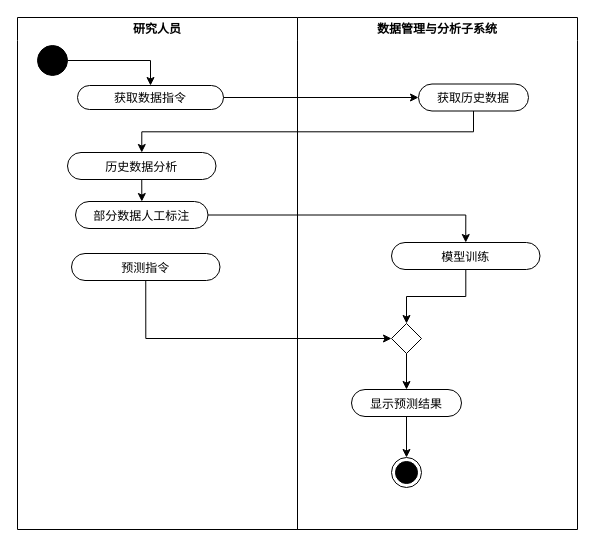
Above: 数据管理与分析子模块活动图.drawio in Lxlorange/drawio (draw.io), before the change. Source tidied: cells renumbered, new cells numbered last; positions are measured from the earlier drawing's top-left corner, leaving out a move shared by most shapes. Both pictures are drawn from the tidied source at 100%, with x=0, y=0 at pixel (17, 17).
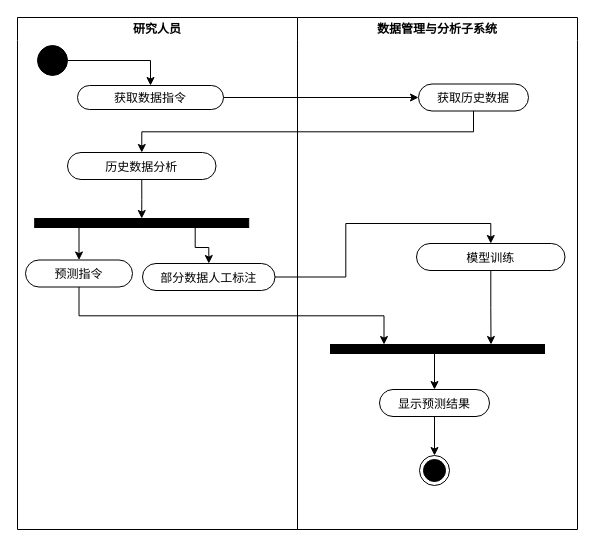
The same diagram, later.

Commit message:
Update 数据管理与分析子模块活动图.drawio

The change refers to these unchanged cells:
```xml
<mxCell id="2" value="研究人员" style="swimlane;whiteSpace=wrap;startSize=23;strokeColor=default;swimlaneLine=0;" parent="1" vertex="1">
  <mxGeometry width="280" height="512" as="geometry" />
</mxCell>
<mxCell id="7" value="历史数据分析" style="rounded=1;arcSize=50;" parent="2" vertex="1">
  <mxGeometry x="50" y="135" width="148.5" height="27" as="geometry" />
</mxCell>
<mxCell id="10" value="数据管理与分析子系统" style="swimlane;whiteSpace=wrap;swimlaneLine=0;startSize=23;" parent="1" vertex="1">
  <mxGeometry x="280" width="280" height="512" as="geometry" />
</mxCell>
```

Change to the diagram source:
```diff
@@
-    <mxCell id="6" style="edgeStyle=orthogonalEdgeStyle;rounded=0;jettySize=auto;html=1;exitX=0.5;exitY=1;exitDx=0;exitDy=0;" parent="2" edge="1" source="7" target="8">
+    <mxCell id="6" style="edgeStyle=orthogonalEdgeStyle;rounded=0;jettySize=auto;html=1;exitX=0.5;exitY=1;exitDx=0;exitDy=0;" parent="2" edge="1" source="7" target="25">
       <mxGeometry relative="1" as="geometry" />
     </mxCell>
@@
     <mxCell id="8" value="部分数据人工标注" style="rounded=1;arcSize=50;" parent="2" vertex="1">
-      <mxGeometry x="58" y="184" width="132.5" height="27" as="geometry" />
+      <mxGeometry x="125" y="246" width="132.5" height="27" as="geometry" />
     </mxCell>
     <mxCell id="9" value="预测指令" style="rounded=1;arcSize=50;" parent="2" vertex="1">
-      <mxGeometry x="54" y="236" width="148.5" height="27" as="geometry" />
+      <mxGeometry x="8" y="242.5" width="107" height="27" as="geometry" />
     </mxCell>
+    <mxCell id="23" style="edgeStyle=orthogonalEdgeStyle;rounded=0;jettySize=auto;html=1;exitX=0.75;exitY=1;exitDx=0;exitDy=0;" parent="2" edge="1" source="25" target="8">
+      <mxGeometry relative="1" as="geometry" />
+    </mxCell>
+    <mxCell id="24" style="edgeStyle=orthogonalEdgeStyle;rounded=0;jettySize=auto;html=1;exitX=0.25;exitY=1;exitDx=0;exitDy=0;entryX=0.5;entryY=0;entryDx=0;entryDy=0;" parent="2" edge="1" source="25" target="9">
+      <mxGeometry relative="1" as="geometry" />
+    </mxCell>
+    <mxCell id="25" style="rounded=0;whiteSpace=wrap;html=1;fillColor=#000000;" parent="2" vertex="1">
+      <mxGeometry x="17.2" y="201" width="214" height="9" as="geometry" />
+    </mxCell>
@@
-    <mxCell id="12" style="rhombus;whiteSpace=wrap;html=1;" parent="10" vertex="1">
-      <mxGeometry x="94" y="306" width="30" height="30" as="geometry" />
-    </mxCell>
     <mxCell id="13" value="显示预测结果" style="rounded=1;arcSize=50;" parent="10" vertex="1">
-      <mxGeometry x="54" y="372" width="110" height="27" as="geometry" />
+      <mxGeometry x="82" y="372" width="110" height="27" as="geometry" />
     </mxCell>
-    <mxCell id="14" style="edgeStyle=orthogonalEdgeStyle;rounded=0;jettySize=auto;html=1;exitX=0.5;exitY=1;exitDx=0;exitDy=0;entryX=0.5;entryY=0;entryDx=0;entryDy=0;" parent="10" edge="1" source="12" target="13">
+    <mxCell id="14" style="edgeStyle=orthogonalEdgeStyle;rounded=0;jettySize=auto;html=1;exitX=0.5;exitY=1;exitDx=0;exitDy=0;entryX=0.5;entryY=0;entryDx=0;entryDy=0;" parent="10" edge="1" source="26" target="13">
       <mxGeometry relative="1" as="geometry" />
     </mxCell>
-    <mxCell id="15" style="edgeStyle=orthogonalEdgeStyle;rounded=0;jettySize=auto;html=1;entryX=0.5;entryY=0;entryDx=0;entryDy=0;" parent="10" edge="1" source="16" target="12">
+    <mxCell id="15" style="edgeStyle=orthogonalEdgeStyle;rounded=0;jettySize=auto;html=1;entryX=0.75;entryY=0;entryDx=0;entryDy=0;" parent="10" edge="1" source="16" target="26">
       <mxGeometry relative="1" as="geometry" />
     </mxCell>
     <mxCell id="16" value="模型训练" style="rounded=1;arcSize=50;" parent="10" vertex="1">
-      <mxGeometry x="94" y="225" width="148.5" height="27" as="geometry" />
+      <mxGeometry x="119" y="226" width="148.5" height="27" as="geometry" />
     </mxCell>
     <mxCell id="17" style="ellipse;shape=endState;fillColor=#000000;strokeColor=#000000;" parent="10" vertex="1">
-      <mxGeometry x="94" y="440" width="30" height="30" as="geometry" />
+      <mxGeometry x="122" y="438" width="30" height="30" as="geometry" />
     </mxCell>
@@
+    <mxCell id="26" style="rounded=0;whiteSpace=wrap;html=1;fillColor=#000000;" parent="10" vertex="1">
+      <mxGeometry x="33" y="327" width="214" height="9" as="geometry" />
+    </mxCell>
@@
-    <mxCell id="22" style="edgeStyle=orthogonalEdgeStyle;rounded=0;jettySize=auto;html=1;entryX=0;entryY=0.5;entryDx=0;entryDy=0;exitX=0.5;exitY=1;exitDx=0;exitDy=0;" parent="1" edge="1" source="9" target="12">
+    <mxCell id="22" style="edgeStyle=orthogonalEdgeStyle;rounded=0;jettySize=auto;html=1;entryX=0.25;entryY=0;entryDx=0;entryDy=0;exitX=0.5;exitY=1;exitDx=0;exitDy=0;" parent="1" edge="1" source="9" target="26">
       <mxGeometry relative="1" as="geometry" />
     </mxCell>
```
